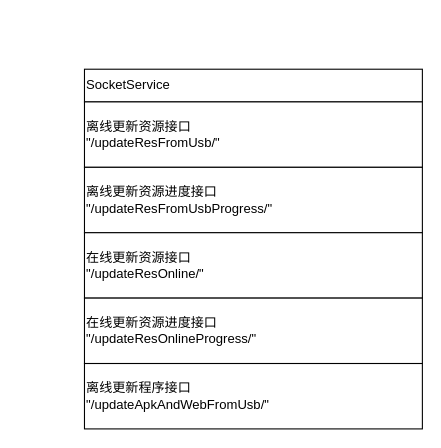
Above: zyb-update.drawio in caozhongqin/diagrams.net (draw.io), before the change. Source tidied: cells renumbered, new cells numbered last; positions are measured from the earlier drawing's top-left corner, leaving out a move shared by most shapes. Both pictures are drawn from the tidied source at 109%, with x=0, y=0 at pixel (84, 69).
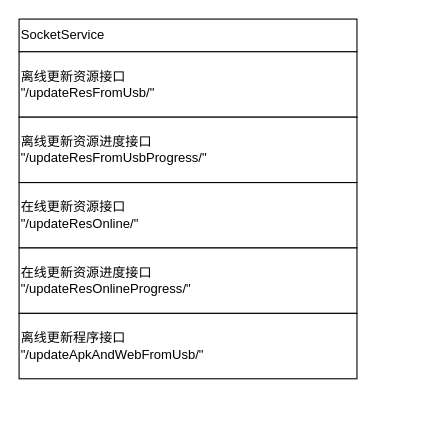
The same page after the edit.

What changed in the source:
```diff
@@
 <mxGraphModel>
   <root>
     <mxCell id="0" />
     <mxCell id="1" parent="0" />
+    <mxCell id="8" style="group;" parent="1" vertex="1">
+      <mxGeometry x="-60" y="-46" width="310" height="330" as="geometry" />
+    </mxCell>
-    <mxCell id="2" value="SocketService" style="rounded=0;whiteSpace=wrap;html=1;align=left;" parent="1" vertex="1">
+    <mxCell id="2" value="SocketService" style="rounded=0;whiteSpace=wrap;html=1;align=left;" parent="8" vertex="1">
       <mxGeometry width="310" height="30" as="geometry" />
     </mxCell>
-    <mxCell id="3" value="离线更新资源接口&lt;br&gt;&quot;/updateResFromUsb/&quot;" style="rounded=0;whiteSpace=wrap;html=1;align=left;" parent="1" vertex="1">
+    <mxCell id="3" value="离线更新资源接口&lt;br&gt;&quot;/updateResFromUsb/&quot;" style="rounded=0;whiteSpace=wrap;html=1;align=left;" parent="8" vertex="1">
       <mxGeometry y="30" width="310" height="60" as="geometry" />
     </mxCell>
-    <mxCell id="4" value="离线更新资源进度接口&lt;br&gt;&quot;/updateResFromUsbProgress/&quot;" style="rounded=0;whiteSpace=wrap;html=1;align=left;" parent="1" vertex="1">
+    <mxCell id="4" value="离线更新资源进度接口&lt;br&gt;&quot;/updateResFromUsbProgress/&quot;" style="rounded=0;whiteSpace=wrap;html=1;align=left;" parent="8" vertex="1">
       <mxGeometry y="90" width="310" height="60" as="geometry" />
     </mxCell>
-    <mxCell id="5" value="在线更新资源接口&lt;br&gt;&quot;/updateResOnline/&quot;" style="rounded=0;whiteSpace=wrap;html=1;align=left;" parent="1" vertex="1">
+    <mxCell id="5" value="在线更新资源接口&lt;br&gt;&quot;/updateResOnline/&quot;" style="rounded=0;whiteSpace=wrap;html=1;align=left;" parent="8" vertex="1">
       <mxGeometry y="150" width="310" height="60" as="geometry" />
     </mxCell>
-    <mxCell id="6" value="在线更新资源进度接口&lt;br&gt;&quot;/updateResOnlineProgress/&quot;" style="rounded=0;whiteSpace=wrap;html=1;align=left;" parent="1" vertex="1">
+    <mxCell id="6" value="在线更新资源进度接口&lt;br&gt;&quot;/updateResOnlineProgress/&quot;" style="rounded=0;whiteSpace=wrap;html=1;align=left;" parent="8" vertex="1">
       <mxGeometry y="210" width="310" height="60" as="geometry" />
     </mxCell>
-    <mxCell id="7" value="离线更新程序接口&lt;br&gt;&quot;/updateApkAndWebFromUsb/&quot;" style="rounded=0;whiteSpace=wrap;html=1;align=left;" parent="1" vertex="1">
+    <mxCell id="7" value="离线更新程序接口&lt;br&gt;&quot;/updateApkAndWebFromUsb/&quot;" style="rounded=0;whiteSpace=wrap;html=1;align=left;" parent="8" vertex="1">
       <mxGeometry y="270" width="310" height="60" as="geometry" />
     </mxCell>
   </root>
 </mxGraphModel>
```
